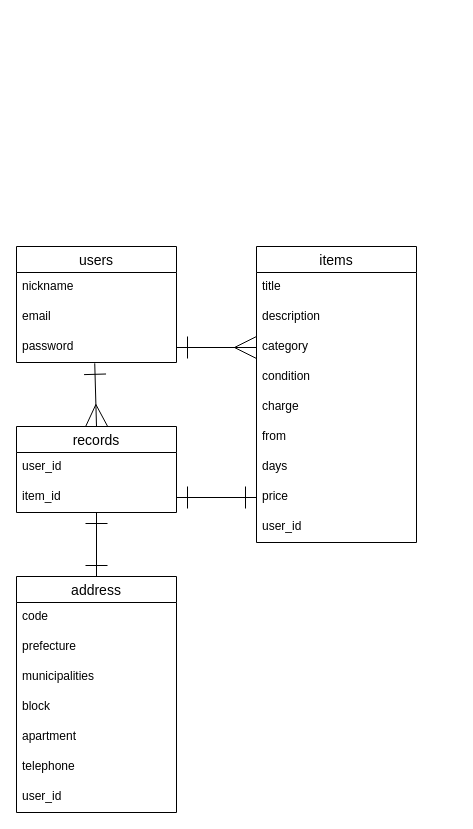
ruu2023/furima-39514 keeps this draw.io diagram as database.dio. Above is the earlier version. Source tidied: cells renumbered, new cells numbered last; positions are measured from the earlier drawing's top-left corner, leaving out a move shared by most shapes. Both pictures are drawn from the tidied source at 100%, with x=0, y=0 at pixel (16, 246).
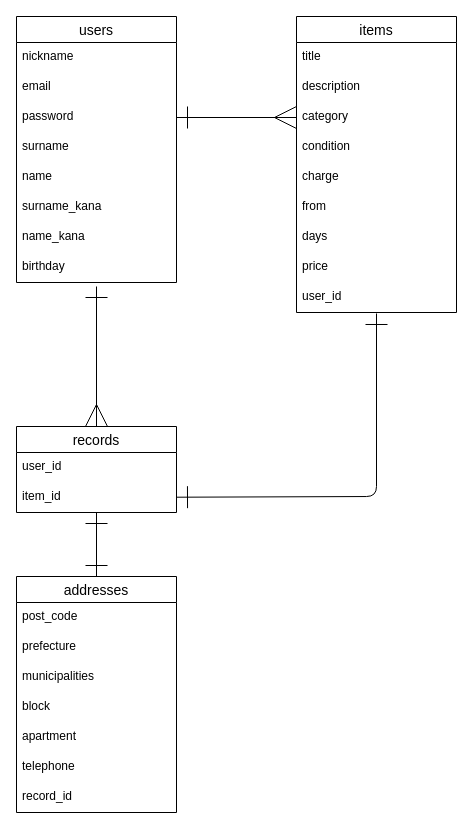
The same diagram, later.

The change refers to these unchanged cells:
```xml
<mxCell id="5" value="password" style="text;strokeColor=none;fillColor=none;spacingLeft=4;spacingRight=4;overflow=hidden;points=[[0,0.5],[1,0.5]];portConstraint=eastwest;fontSize=12;" parent="2" vertex="1">
  <mxGeometry y="86" width="160" height="30" as="geometry" />
</mxCell>
<mxCell id="9" value="category" style="text;strokeColor=none;fillColor=none;spacingLeft=4;spacingRight=4;overflow=hidden;points=[[0,0.5],[1,0.5]];portConstraint=eastwest;fontSize=12;" parent="6" vertex="1">
  <mxGeometry y="86" width="160" height="30" as="geometry" />
</mxCell>
<mxCell id="14" value="price" style="text;strokeColor=none;fillColor=none;spacingLeft=4;spacingRight=4;overflow=hidden;points=[[0,0.5],[1,0.5]];portConstraint=eastwest;fontSize=12;" parent="6" vertex="1">
  <mxGeometry y="236" width="160" height="30" as="geometry" />
</mxCell>
<mxCell id="15" value="user_id" style="text;strokeColor=none;fillColor=none;spacingLeft=4;spacingRight=4;overflow=hidden;points=[[0,0.5],[1,0.5]];portConstraint=eastwest;fontSize=12;" parent="6" vertex="1">
  <mxGeometry y="266" width="160" height="30" as="geometry" />
</mxCell>
<mxCell id="18" value="records" style="swimlane;fontStyle=0;horizontal=1;startSize=26;align=center;fontSize=14;" parent="1" vertex="1">
  <mxGeometry y="180" width="160" height="86" as="geometry" />
</mxCell>
<mxCell id="20" value="item_id" style="text;strokeColor=none;fillColor=none;spacingLeft=4;spacingRight=4;overflow=hidden;points=[[0,0.5],[1,0.5]];portConstraint=eastwest;fontSize=12;" parent="18" vertex="1">
  <mxGeometry y="56" width="160" height="30" as="geometry" />
</mxCell>
```

Change to the diagram source:
```diff
@@
     <mxCell id="2" value="users" style="swimlane;fontStyle=0;horizontal=1;startSize=26;align=center;fontSize=14;" parent="1" vertex="1">
-      <mxGeometry width="160" height="116" as="geometry" />
+      <mxGeometry y="-230" width="160" height="266" as="geometry" />
     </mxCell>
@@
+    <mxCell id="31" value="surname" style="text;strokeColor=none;fillColor=none;spacingLeft=4;spacingRight=4;overflow=hidden;fontSize=12;" parent="2" vertex="1">
+      <mxGeometry y="116" width="160" height="30" as="geometry" />
+    </mxCell>
+    <mxCell id="32" value="name" style="text;strokeColor=none;fillColor=none;spacingLeft=4;spacingRight=4;overflow=hidden;fontSize=12;" parent="2" vertex="1">
+      <mxGeometry y="146" width="160" height="30" as="geometry" />
+    </mxCell>
+    <mxCell id="33" value="surname_kana" style="text;strokeColor=none;fillColor=none;spacingLeft=4;spacingRight=4;overflow=hidden;fontSize=12;" parent="2" vertex="1">
+      <mxGeometry y="176" width="160" height="30" as="geometry" />
+    </mxCell>
+    <mxCell id="34" value="name_kana" style="text;strokeColor=none;fillColor=none;spacingLeft=4;spacingRight=4;overflow=hidden;fontSize=12;" parent="2" vertex="1">
+      <mxGeometry y="206" width="160" height="30" as="geometry" />
+    </mxCell>
+    <mxCell id="35" value="birthday" style="text;strokeColor=none;fillColor=none;spacingLeft=4;spacingRight=4;overflow=hidden;fontSize=12;" parent="2" vertex="1">
+      <mxGeometry y="236" width="160" height="30" as="geometry" />
+    </mxCell>
     <mxCell id="6" value="items" style="swimlane;fontStyle=0;horizontal=1;startSize=26;align=center;fontSize=14;" parent="1" vertex="1">
-      <mxGeometry x="240" width="160" height="296" as="geometry" />
+      <mxGeometry x="280" y="-230" width="160" height="296" as="geometry" />
     </mxCell>
@@
-    <mxCell id="16" style="edgeStyle=none;html=1;exitX=1;exitY=0.5;exitDx=0;exitDy=0;endArrow=ERmany;endFill=0;strokeWidth=1;endSize=20;startArrow=ERone;startFill=0;startSize=20;" parent="1" edge="1" source="5">
-      <mxGeometry relative="1" as="geometry">
-        <mxPoint x="240" y="101" as="targetPoint" />
-      </mxGeometry>
+    <mxCell id="16" style="edgeStyle=none;html=1;exitX=1;exitY=0.5;exitDx=0;exitDy=0;endArrow=ERmany;endFill=0;strokeWidth=1;endSize=20;startArrow=ERone;startFill=0;startSize=20;entryX=0;entryY=0.5;entryDx=0;entryDy=0;" parent="1" edge="1" source="5" target="9">
+      <mxGeometry relative="1" as="geometry" />
     </mxCell>
@@
-    <mxCell id="21" value="address" style="swimlane;fontStyle=0;horizontal=1;startSize=26;align=center;fontSize=14;" parent="1" vertex="1">
+    <mxCell id="21" value="addresses" style="swimlane;fontStyle=0;horizontal=1;startSize=26;align=center;fontSize=14;" parent="1" vertex="1">
       <mxGeometry y="330" width="160" height="236" as="geometry" />
     </mxCell>
-    <mxCell id="22" value="code" style="text;strokeColor=none;fillColor=none;spacingLeft=4;spacingRight=4;overflow=hidden;fontSize=12;" parent="21" vertex="1">
+    <mxCell id="22" value="post_code" style="text;strokeColor=none;fillColor=none;spacingLeft=4;spacingRight=4;overflow=hidden;fontSize=12;" parent="21" vertex="1">
       <mxGeometry y="26" width="160" height="30" as="geometry" />
     </mxCell>
@@
-    <mxCell id="28" value="user_id" style="text;strokeColor=none;fillColor=none;spacingLeft=4;spacingRight=4;overflow=hidden;fontSize=12;" parent="21" vertex="1">
+    <mxCell id="28" value="record_id" style="text;strokeColor=none;fillColor=none;spacingLeft=4;spacingRight=4;overflow=hidden;fontSize=12;" parent="21" vertex="1">
       <mxGeometry y="206" width="160" height="30" as="geometry" />
     </mxCell>
-    <mxCell id="29" style="edgeStyle=none;html=1;exitX=0.489;exitY=1.027;exitDx=0;exitDy=0;entryX=0.5;entryY=0;entryDx=0;entryDy=0;strokeWidth=1;endArrow=ERmany;endFill=0;endSize=20;exitPerimeter=0;startArrow=ERone;startFill=0;startSize=20;" parent="1" edge="1" source="5" target="18">
-      <mxGeometry relative="1" as="geometry" />
+    <mxCell id="29" style="edgeStyle=none;html=1;entryX=0.5;entryY=0;entryDx=0;entryDy=0;strokeWidth=1;endArrow=ERmany;endFill=0;endSize=20;startArrow=ERone;startFill=0;startSize=20;" parent="1" edge="1" target="18">
+      <mxGeometry relative="1" as="geometry">
+        <mxPoint x="80" y="40" as="sourcePoint" />
+      </mxGeometry>
     </mxCell>
-    <mxCell id="30" style="edgeStyle=none;html=1;entryX=0;entryY=0.5;entryDx=0;entryDy=0;strokeWidth=1;startArrow=ERone;startFill=0;endArrow=ERone;endFill=0;startSize=20;endSize=20;" parent="1" edge="1" source="20" target="14">
-      <mxGeometry relative="1" as="geometry" />
+    <mxCell id="30" style="edgeStyle=none;html=1;entryX=0.5;entryY=1.033;entryDx=0;entryDy=0;strokeWidth=1;startArrow=ERone;startFill=0;endArrow=ERone;endFill=0;startSize=20;endSize=20;entryPerimeter=0;" parent="1" edge="1" source="20" target="15">
+      <mxGeometry relative="1" as="geometry">
+        <Array as="points">
+          <mxPoint x="360" y="250" />
+        </Array>
+      </mxGeometry>
     </mxCell>
```
